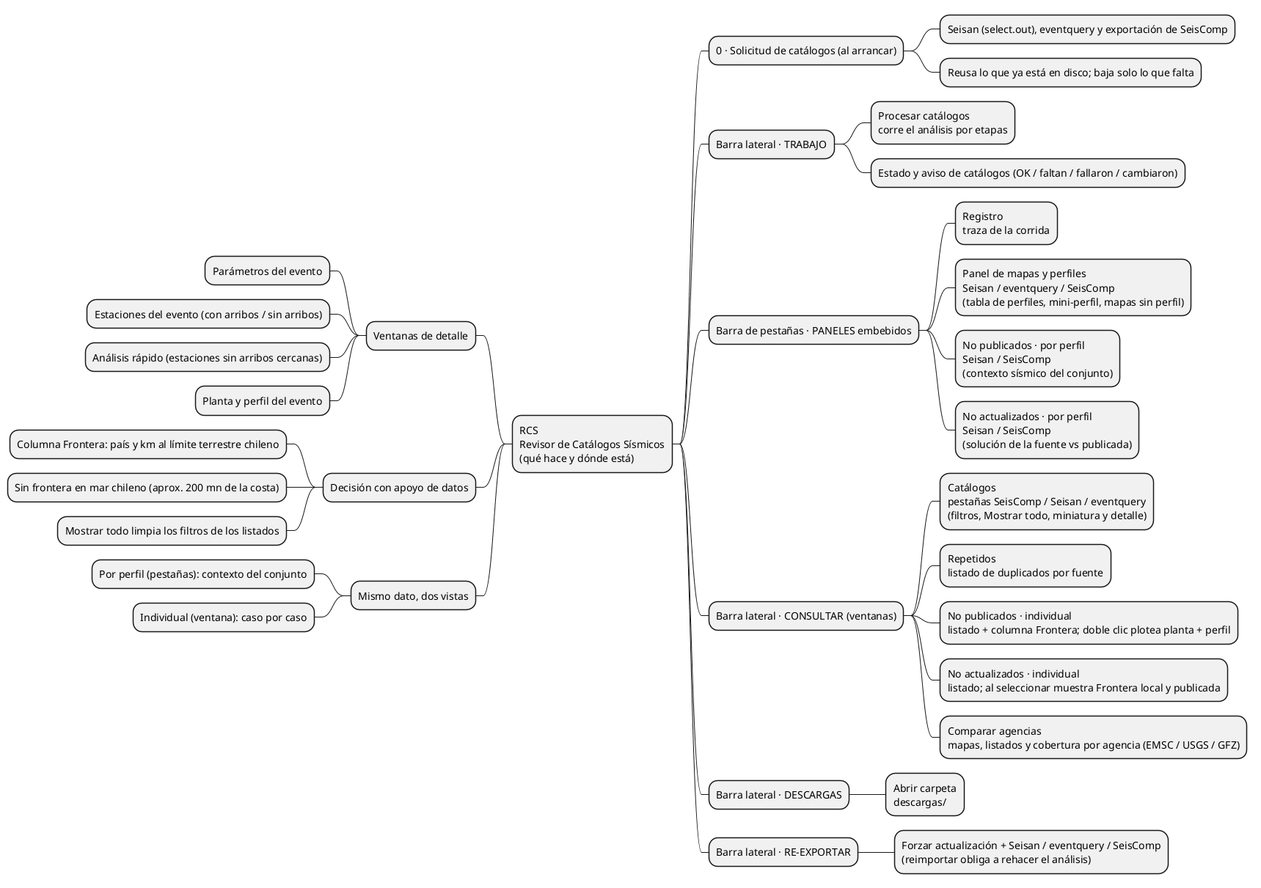
The PlantUML diagram docs/proyecto/img/09_mapa_funcional.png in HARZUNAB/revisacatalogos, before a commit.
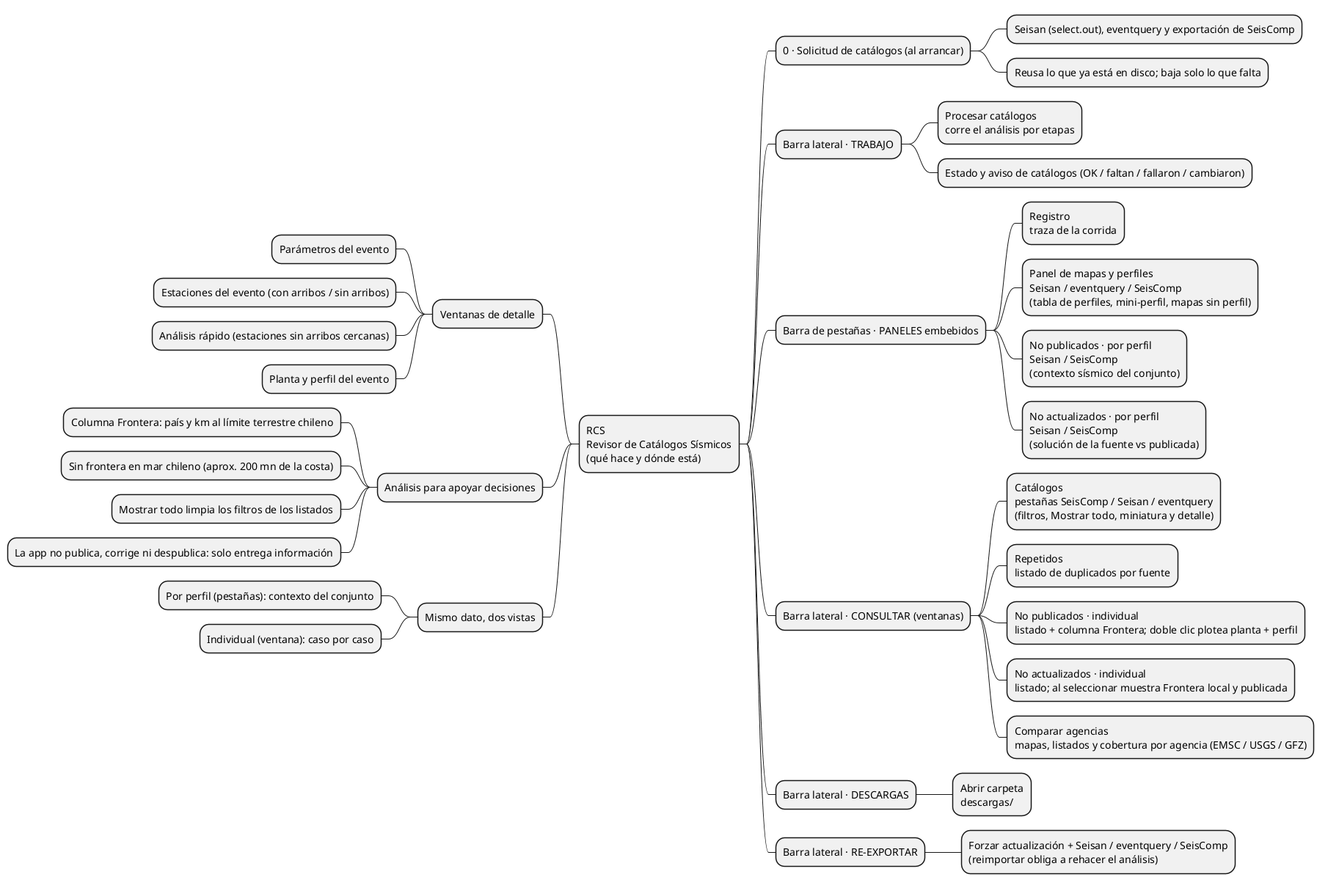
The same file after the commit.

What changed in the source:
```diff
@@ -41,10 +41,11 @@
 *** Análisis rápido (estaciones sin arribos cercanas)
 *** Planta y perfil del evento
 
-** Decisión con apoyo de datos
+** Análisis para apoyar decisiones
 *** Columna Frontera: país y km al límite terrestre chileno
 *** Sin frontera en mar chileno (aprox. 200 mn de la costa)
 *** Mostrar todo limpia los filtros de los listados
+*** La app no publica, corrige ni despublica: solo entrega información
 
 ** Mismo dato, dos vistas
 *** Por perfil (pestañas): contexto del conjunto
```
